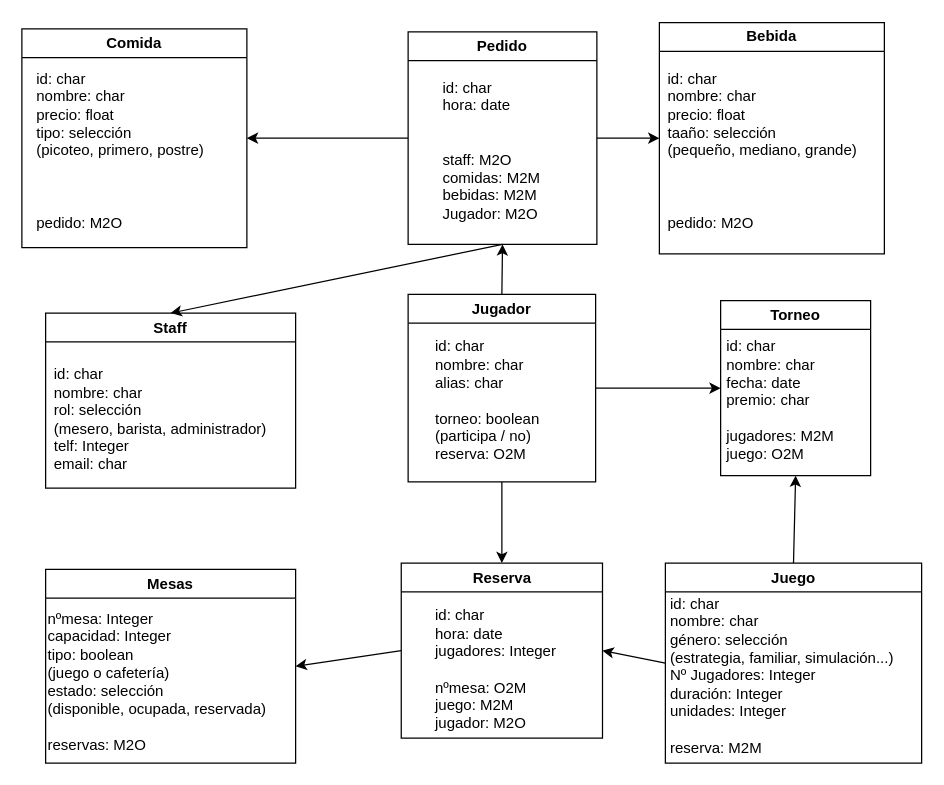
Luxy3000/SGE_scooters keeps this draw.io diagram as Diagrama.drawio. Above is the earlier version. Source tidied: cells renumbered, new cells numbered last; positions are measured from the earlier drawing's top-left corner, leaving out a move shared by most shapes. Both pictures are drawn from the tidied source at 125%, with x=0, y=0 at pixel (21, 22).
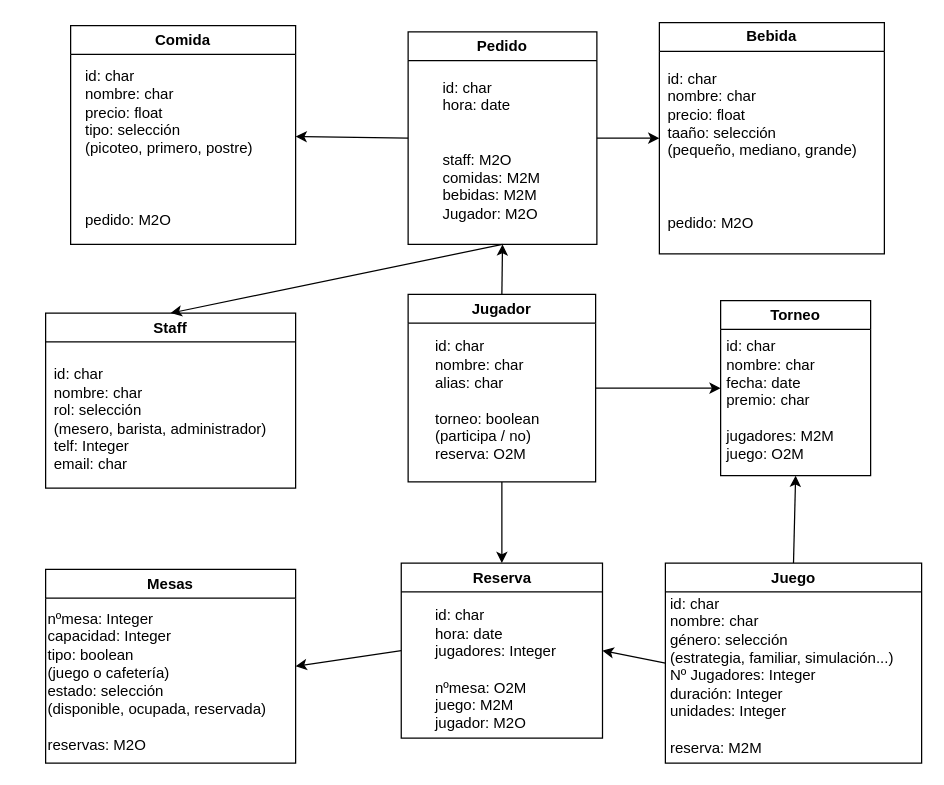
The same diagram, later.

Diff of the diagram source:
```diff
@@
-<mxGraphModel>
+<mxGraphModel background="#ffffff">
@@
     <mxCell id="6" value="Comida" style="swimlane;whiteSpace=wrap;html=1;" parent="1" vertex="1">
-      <mxGeometry y="4.5" width="180" height="175" as="geometry" />
+      <mxGeometry x="39" y="2" width="180" height="175" as="geometry" />
     </mxCell>
```
